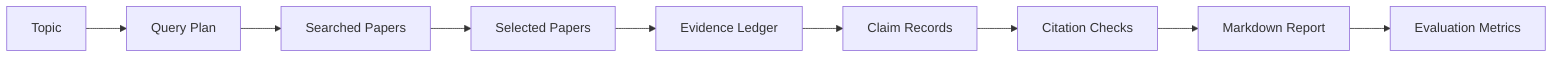
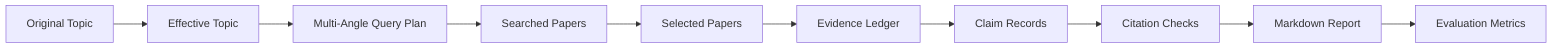
flowchart LR
-     Topic["Topic"] --> Query["Query Plan"]
+     Topic["Original Topic"] --> Refined["Effective Topic"]
+     Refined --> Query["Multi-Angle Query Plan"]
    Query --> Papers["Searched Papers"]
    Papers --> Selected["Selected Papers"]
    Selected --> Evidence["Evidence Ledger"]
    Evidence --> Claims["Claim Records"]
    Claims --> Checks["Citation Checks"]
    Checks --> Report["Markdown Report"]
    Report --> Metrics["Evaluation Metrics"]
